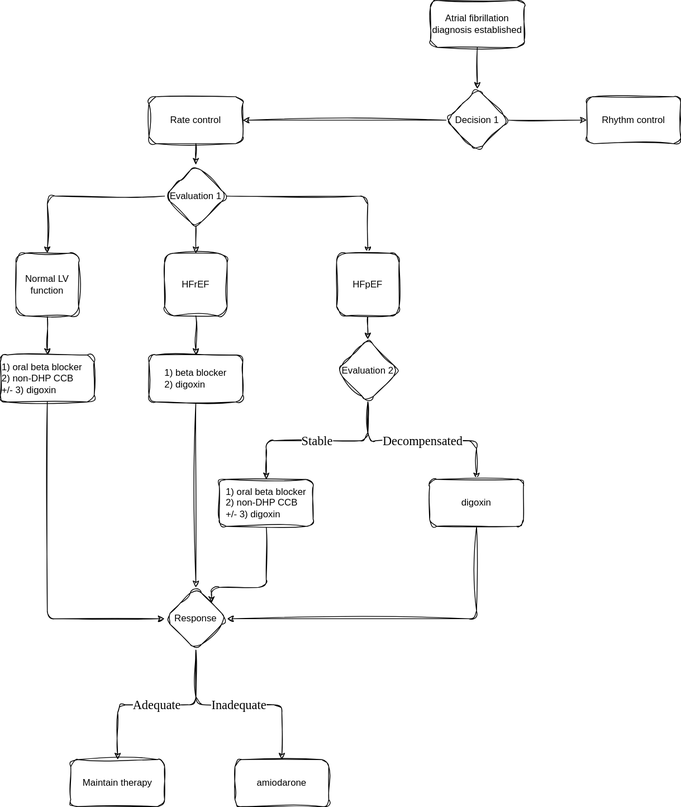
Above: Atrial fibrillation/AF algorithm.svg in TomHsiung/Cardiology (draw.io), before the change. Source tidied: cells renumbered, new cells last; positions are measured from the earlier drawing's top-left corner, leaving out a move shared by most shapes.
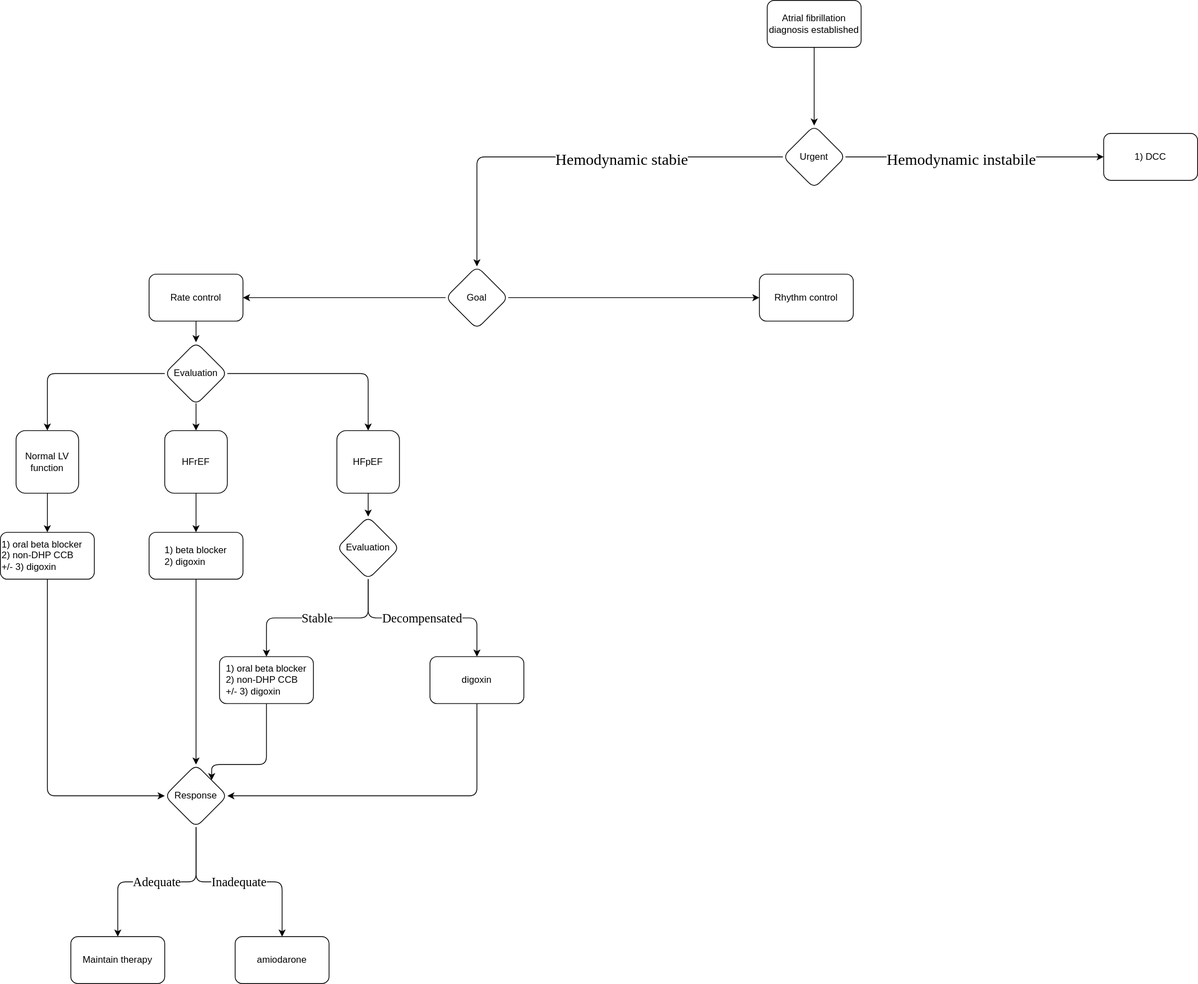
The same file after the commit.

What changed in the source:
```diff
@@ -2,84 +2,84 @@
   <root>
     <mxCell id="0" />
     <mxCell id="1" parent="0" />
-    <mxCell id="2" style="edgeStyle=orthogonalEdgeStyle;rounded=1;jettySize=auto;html=1;entryX=0.5;entryY=0;entryDx=0;entryDy=0;fontColor=default;exitX=0.5;exitY=1;exitDx=0;exitDy=0;labelBackgroundColor=none;sketch=1;curveFitting=1;jiggle=2;" parent="1" edge="1" source="3" target="6">
-      <mxGeometry relative="1" as="geometry" />
-    </mxCell>
+    <mxCell id="36" style="edgeStyle=orthogonalEdgeStyle;rounded=1;jettySize=auto;html=1;exitX=0.5;exitY=1;exitDx=0;exitDy=0;entryX=0.5;entryY=0;entryDx=0;entryDy=0;" parent="1" edge="1" source="3" target="41">
+      <mxGeometry relative="1" as="geometry" />
+    </mxCell>
-    <mxCell id="3" value="Atrial fibrillation diagnosis established" style="rounded=1;whiteSpace=wrap;html=1;labelBackgroundColor=none;sketch=1;curveFitting=1;jiggle=2;" parent="1" vertex="1">
-      <mxGeometry x="550" width="120" height="60" as="geometry" />
+    <mxCell id="3" value="Atrial fibrillation diagnosis established" style="rounded=1;whiteSpace=wrap;html=1;labelBackgroundColor=none;" parent="1" vertex="1">
+      <mxGeometry x="980" y="-227" width="120" height="60" as="geometry" />
     </mxCell>
-    <mxCell id="4" style="edgeStyle=orthogonalEdgeStyle;rounded=1;jettySize=auto;html=1;fontColor=default;entryX=1;entryY=0.5;entryDx=0;entryDy=0;exitX=0;exitY=0.5;exitDx=0;exitDy=0;labelBackgroundColor=none;sketch=1;curveFitting=1;jiggle=2;" parent="1" edge="1" source="6" target="8">
+    <mxCell id="4" style="edgeStyle=orthogonalEdgeStyle;rounded=1;jettySize=auto;html=1;fontColor=default;entryX=1;entryY=0.5;entryDx=0;entryDy=0;exitX=0;exitY=0.5;exitDx=0;exitDy=0;labelBackgroundColor=none;" parent="1" edge="1" source="6" target="8">
       <mxGeometry relative="1" as="geometry" />
     </mxCell>
-    <mxCell id="5" style="edgeStyle=orthogonalEdgeStyle;rounded=1;jettySize=auto;html=1;exitX=1;exitY=0.5;exitDx=0;exitDy=0;fontColor=default;entryX=0;entryY=0.5;entryDx=0;entryDy=0;labelBackgroundColor=none;sketch=1;curveFitting=1;jiggle=2;" parent="1" edge="1" source="6" target="9">
+    <mxCell id="5" style="edgeStyle=orthogonalEdgeStyle;rounded=1;jettySize=auto;html=1;exitX=1;exitY=0.5;exitDx=0;exitDy=0;fontColor=default;entryX=0;entryY=0.5;entryDx=0;entryDy=0;labelBackgroundColor=none;" parent="1" edge="1" source="6" target="9">
       <mxGeometry relative="1" as="geometry" />
     </mxCell>
-    <mxCell id="6" value="Decision 1" style="rhombus;whiteSpace=wrap;html=1;rounded=1;labelBackgroundColor=none;sketch=1;curveFitting=1;jiggle=2;" parent="1" vertex="1">
-      <mxGeometry x="570" y="113" width="80" height="80" as="geometry" />
+    <mxCell id="6" value="Goal" style="rhombus;whiteSpace=wrap;html=1;rounded=1;labelBackgroundColor=none;" parent="1" vertex="1">
+      <mxGeometry x="569" y="113" width="80" height="80" as="geometry" />
     </mxCell>
-    <mxCell id="7" style="edgeStyle=orthogonalEdgeStyle;rounded=1;jettySize=auto;html=1;exitX=0.5;exitY=1;exitDx=0;exitDy=0;fontColor=default;entryX=0.5;entryY=0;entryDx=0;entryDy=0;labelBackgroundColor=none;sketch=1;curveFitting=1;jiggle=2;" parent="1" edge="1" source="8" target="13">
+    <mxCell id="7" style="edgeStyle=orthogonalEdgeStyle;rounded=1;jettySize=auto;html=1;exitX=0.5;exitY=1;exitDx=0;exitDy=0;fontColor=default;entryX=0.5;entryY=0;entryDx=0;entryDy=0;labelBackgroundColor=none;" parent="1" edge="1" source="8" target="13">
       <mxGeometry relative="1" as="geometry" />
     </mxCell>
-    <mxCell id="8" value="Rate control" style="rounded=1;whiteSpace=wrap;html=1;labelBackgroundColor=none;sketch=1;curveFitting=1;jiggle=2;" parent="1" vertex="1">
+    <mxCell id="8" value="Rate control" style="rounded=1;whiteSpace=wrap;html=1;labelBackgroundColor=none;" parent="1" vertex="1">
       <mxGeometry x="190" y="123" width="120" height="60" as="geometry" />
     </mxCell>
-    <mxCell id="9" value="Rhythm control" style="rounded=1;whiteSpace=wrap;html=1;labelBackgroundColor=none;sketch=1;curveFitting=1;jiggle=2;" parent="1" vertex="1">
-      <mxGeometry x="750" y="123" width="120" height="60" as="geometry" />
+    <mxCell id="9" value="Rhythm control" style="rounded=1;whiteSpace=wrap;html=1;labelBackgroundColor=none;" parent="1" vertex="1">
+      <mxGeometry x="970" y="123" width="120" height="60" as="geometry" />
     </mxCell>
-    <mxCell id="10" style="edgeStyle=orthogonalEdgeStyle;rounded=1;jettySize=auto;html=1;entryX=0.5;entryY=0;entryDx=0;entryDy=0;fontColor=default;exitX=0;exitY=0.5;exitDx=0;exitDy=0;labelBackgroundColor=none;sketch=1;curveFitting=1;jiggle=2;" parent="1" edge="1" source="13" target="15">
+    <mxCell id="10" style="edgeStyle=orthogonalEdgeStyle;rounded=1;jettySize=auto;html=1;entryX=0.5;entryY=0;entryDx=0;entryDy=0;fontColor=default;exitX=0;exitY=0.5;exitDx=0;exitDy=0;labelBackgroundColor=none;" parent="1" edge="1" source="13" target="15">
       <mxGeometry relative="1" as="geometry" />
     </mxCell>
-    <mxCell id="11" style="edgeStyle=orthogonalEdgeStyle;rounded=1;jettySize=auto;html=1;entryX=0.5;entryY=0;entryDx=0;entryDy=0;fontColor=default;exitX=0.5;exitY=1;exitDx=0;exitDy=0;labelBackgroundColor=none;sketch=1;curveFitting=1;jiggle=2;" parent="1" edge="1" target="17">
+    <mxCell id="11" style="edgeStyle=orthogonalEdgeStyle;rounded=1;jettySize=auto;html=1;entryX=0.5;entryY=0;entryDx=0;entryDy=0;fontColor=default;exitX=0.5;exitY=1;exitDx=0;exitDy=0;labelBackgroundColor=none;" parent="1" edge="1" target="17">
       <mxGeometry relative="1" as="geometry">
         <mxPoint x="250" y="288" as="sourcePoint" />
       </mxGeometry>
     </mxCell>
-    <mxCell id="12" style="edgeStyle=orthogonalEdgeStyle;rounded=1;jettySize=auto;html=1;exitX=1;exitY=0.5;exitDx=0;exitDy=0;entryX=0.5;entryY=0;entryDx=0;entryDy=0;fontColor=default;labelBackgroundColor=none;sketch=1;curveFitting=1;jiggle=2;" parent="1" edge="1" source="13" target="19">
+    <mxCell id="12" style="edgeStyle=orthogonalEdgeStyle;rounded=1;jettySize=auto;html=1;exitX=1;exitY=0.5;exitDx=0;exitDy=0;entryX=0.5;entryY=0;entryDx=0;entryDy=0;fontColor=default;labelBackgroundColor=none;" parent="1" edge="1" source="13" target="19">
       <mxGeometry relative="1" as="geometry" />
     </mxCell>
-    <mxCell id="13" value="Evaluation 1" style="rhombus;whiteSpace=wrap;html=1;rounded=1;labelBackgroundColor=none;sketch=1;curveFitting=1;jiggle=2;" parent="1" vertex="1">
+    <mxCell id="13" value="Evaluation" style="rhombus;whiteSpace=wrap;html=1;rounded=1;labelBackgroundColor=none;" parent="1" vertex="1">
       <mxGeometry x="210" y="210" width="80" height="80" as="geometry" />
     </mxCell>
-    <mxCell id="14" style="edgeStyle=orthogonalEdgeStyle;rounded=1;jettySize=auto;html=1;exitX=0.5;exitY=1;exitDx=0;exitDy=0;entryX=0.5;entryY=0;entryDx=0;entryDy=0;fontColor=default;labelBackgroundColor=none;sketch=1;curveFitting=1;jiggle=2;" parent="1" edge="1" source="15" target="21">
+    <mxCell id="14" style="edgeStyle=orthogonalEdgeStyle;rounded=1;jettySize=auto;html=1;exitX=0.5;exitY=1;exitDx=0;exitDy=0;entryX=0.5;entryY=0;entryDx=0;entryDy=0;fontColor=default;labelBackgroundColor=none;" parent="1" edge="1" source="15" target="21">
       <mxGeometry relative="1" as="geometry" />
     </mxCell>
-    <mxCell id="15" value="Normal LV function" style="whiteSpace=wrap;html=1;rounded=1;labelBackgroundColor=none;sketch=1;curveFitting=1;jiggle=2;" parent="1" vertex="1">
+    <mxCell id="15" value="Normal LV function" style="whiteSpace=wrap;html=1;rounded=1;labelBackgroundColor=none;" parent="1" vertex="1">
       <mxGeometry x="20" y="323" width="80" height="80" as="geometry" />
     </mxCell>
-    <mxCell id="16" style="edgeStyle=orthogonalEdgeStyle;rounded=1;jettySize=auto;html=1;exitX=0.5;exitY=1;exitDx=0;exitDy=0;entryX=0.5;entryY=0;entryDx=0;entryDy=0;shadow=0;fontColor=default;labelBackgroundColor=none;sketch=1;curveFitting=1;jiggle=2;" parent="1" edge="1" source="17" target="23">
+    <mxCell id="16" style="edgeStyle=orthogonalEdgeStyle;rounded=1;jettySize=auto;html=1;exitX=0.5;exitY=1;exitDx=0;exitDy=0;entryX=0.5;entryY=0;entryDx=0;entryDy=0;shadow=0;fontColor=default;labelBackgroundColor=none;" parent="1" edge="1" source="17" target="23">
       <mxGeometry relative="1" as="geometry" />
     </mxCell>
-    <mxCell id="17" value="HFrEF" style="whiteSpace=wrap;html=1;rounded=1;labelBackgroundColor=none;sketch=1;curveFitting=1;jiggle=2;" parent="1" vertex="1">
+    <mxCell id="17" value="HFrEF" style="whiteSpace=wrap;html=1;rounded=1;labelBackgroundColor=none;" parent="1" vertex="1">
       <mxGeometry x="210" y="323" width="80" height="80" as="geometry" />
     </mxCell>
-    <mxCell id="18" style="edgeStyle=orthogonalEdgeStyle;rounded=1;jettySize=auto;html=1;entryX=0.5;entryY=0;entryDx=0;entryDy=0;shadow=0;fontColor=default;exitX=0.5;exitY=1;exitDx=0;exitDy=0;labelBackgroundColor=none;sketch=1;curveFitting=1;jiggle=2;" parent="1" edge="1" source="19" target="26">
+    <mxCell id="18" style="edgeStyle=orthogonalEdgeStyle;rounded=1;jettySize=auto;html=1;entryX=0.5;entryY=0;entryDx=0;entryDy=0;shadow=0;fontColor=default;exitX=0.5;exitY=1;exitDx=0;exitDy=0;labelBackgroundColor=none;" parent="1" edge="1" source="19" target="26">
       <mxGeometry relative="1" as="geometry" />
     </mxCell>
-    <mxCell id="19" value="HFpEF" style="whiteSpace=wrap;html=1;rounded=1;labelBackgroundColor=none;sketch=1;curveFitting=1;jiggle=2;" parent="1" vertex="1">
+    <mxCell id="19" value="HFpEF" style="whiteSpace=wrap;html=1;rounded=1;labelBackgroundColor=none;" parent="1" vertex="1">
       <mxGeometry x="430" y="323" width="80" height="80" as="geometry" />
     </mxCell>
-    <mxCell id="20" style="edgeStyle=orthogonalEdgeStyle;rounded=1;jettySize=auto;html=1;entryX=0;entryY=0.5;entryDx=0;entryDy=0;shadow=0;fontColor=default;exitX=0.5;exitY=1;exitDx=0;exitDy=0;labelBackgroundColor=none;sketch=1;curveFitting=1;jiggle=2;" parent="1" edge="1" source="21" target="33">
+    <mxCell id="20" style="edgeStyle=orthogonalEdgeStyle;rounded=1;jettySize=auto;html=1;entryX=0;entryY=0.5;entryDx=0;entryDy=0;shadow=0;fontColor=default;exitX=0.5;exitY=1;exitDx=0;exitDy=0;labelBackgroundColor=none;" parent="1" edge="1" source="21" target="33">
       <mxGeometry relative="1" as="geometry" />
     </mxCell>
-    <mxCell id="21" value="1) oral beta blocker&lt;br&gt;&lt;div style=&quot;&quot;&gt;2) non-DHP CCB&lt;/div&gt;&lt;div style=&quot;&quot;&gt;+/- 3) digoxin&lt;/div&gt;" style="rounded=1;whiteSpace=wrap;html=1;align=left;labelBackgroundColor=none;sketch=1;curveFitting=1;jiggle=2;" parent="1" vertex="1">
+    <mxCell id="21" value="1) oral beta blocker&lt;br&gt;&lt;div style=&quot;&quot;&gt;2) non-DHP CCB&lt;/div&gt;&lt;div style=&quot;&quot;&gt;+/- 3) digoxin&lt;/div&gt;" style="rounded=1;whiteSpace=wrap;html=1;align=left;labelBackgroundColor=none;" parent="1" vertex="1">
       <mxGeometry y="453" width="120" height="60" as="geometry" />
     </mxCell>
-    <mxCell id="22" style="edgeStyle=orthogonalEdgeStyle;rounded=1;jettySize=auto;html=1;shadow=0;fontColor=default;entryX=0.5;entryY=0;entryDx=0;entryDy=0;exitX=0.5;exitY=1;exitDx=0;exitDy=0;labelBackgroundColor=none;sketch=1;curveFitting=1;jiggle=2;" parent="1" edge="1" source="23" target="33">
+    <mxCell id="22" style="edgeStyle=orthogonalEdgeStyle;rounded=1;jettySize=auto;html=1;shadow=0;fontColor=default;entryX=0.5;entryY=0;entryDx=0;entryDy=0;exitX=0.5;exitY=1;exitDx=0;exitDy=0;labelBackgroundColor=none;" parent="1" edge="1" source="23" target="33">
       <mxGeometry relative="1" as="geometry" />
     </mxCell>
-    <mxCell id="23" value="&lt;div style=&quot;text-align: left;&quot;&gt;1) beta blocker&lt;/div&gt;&lt;div style=&quot;text-align: left;&quot;&gt;2) digoxin&lt;/div&gt;" style="rounded=1;whiteSpace=wrap;html=1;labelBackgroundColor=none;sketch=1;curveFitting=1;jiggle=2;" parent="1" vertex="1">
+    <mxCell id="23" value="&lt;div style=&quot;text-align: left;&quot;&gt;1) beta blocker&lt;/div&gt;&lt;div style=&quot;text-align: left;&quot;&gt;2) digoxin&lt;/div&gt;" style="rounded=1;whiteSpace=wrap;html=1;labelBackgroundColor=none;" parent="1" vertex="1">
       <mxGeometry x="190" y="453" width="120" height="60" as="geometry" />
     </mxCell>
-    <mxCell id="24" value="Stable" style="edgeStyle=orthogonalEdgeStyle;rounded=1;hachureGap=4;jettySize=auto;html=1;entryX=0.5;entryY=0;entryDx=0;entryDy=0;fontFamily=Architects Daughter;fontSource=https%3A%2F%2Ffonts.googleapis.com%2Fcss%3Ffamily%3DArchitects%2BDaughter;fontSize=16;exitX=0.5;exitY=1;exitDx=0;exitDy=0;sketch=1;curveFitting=1;jiggle=2;" parent="1" edge="1" source="26" target="28">
+    <mxCell id="24" value="Stable" style="edgeStyle=orthogonalEdgeStyle;rounded=1;hachureGap=4;jettySize=auto;html=1;entryX=0.5;entryY=0;entryDx=0;entryDy=0;fontFamily=Architects Daughter;fontSource=https%3A%2F%2Ffonts.googleapis.com%2Fcss%3Ffamily%3DArchitects%2BDaughter;fontSize=16;exitX=0.5;exitY=1;exitDx=0;exitDy=0;" parent="1" edge="1" source="26" target="28">
       <mxGeometry relative="1" as="geometry" />
     </mxCell>
-    <mxCell id="25" value="Decompensated" style="edgeStyle=orthogonalEdgeStyle;rounded=1;hachureGap=4;jettySize=auto;html=1;exitX=0.5;exitY=1;exitDx=0;exitDy=0;fontFamily=Architects Daughter;fontSource=https%3A%2F%2Ffonts.googleapis.com%2Fcss%3Ffamily%3DArchitects%2BDaughter;fontSize=16;sketch=1;curveFitting=1;jiggle=2;" parent="1" edge="1" source="26" target="30">
+    <mxCell id="25" value="Decompensated" style="edgeStyle=orthogonalEdgeStyle;rounded=1;hachureGap=4;jettySize=auto;html=1;exitX=0.5;exitY=1;exitDx=0;exitDy=0;fontFamily=Architects Daughter;fontSource=https%3A%2F%2Ffonts.googleapis.com%2Fcss%3Ffamily%3DArchitects%2BDaughter;fontSize=16;" parent="1" edge="1" source="26" target="30">
       <mxGeometry relative="1" as="geometry" />
     </mxCell>
-    <mxCell id="26" value="Evaluation 2" style="rhombus;whiteSpace=wrap;html=1;rounded=1;labelBackgroundColor=none;sketch=1;curveFitting=1;jiggle=2;" parent="1" vertex="1">
+    <mxCell id="26" value="Evaluation" style="rhombus;whiteSpace=wrap;html=1;rounded=1;labelBackgroundColor=none;" parent="1" vertex="1">
       <mxGeometry x="430" y="433" width="80" height="80" as="geometry" />
     </mxCell>
-    <mxCell id="27" style="edgeStyle=orthogonalEdgeStyle;rounded=1;jettySize=auto;html=1;entryX=1;entryY=0;entryDx=0;entryDy=0;shadow=0;fontColor=default;labelBackgroundColor=none;sketch=1;curveFitting=1;jiggle=2;" parent="1" edge="1" source="28" target="33">
+    <mxCell id="27" style="edgeStyle=orthogonalEdgeStyle;rounded=1;jettySize=auto;html=1;entryX=1;entryY=0;entryDx=0;entryDy=0;shadow=0;fontColor=default;labelBackgroundColor=none;" parent="1" edge="1" source="28" target="33">
       <mxGeometry relative="1" as="geometry">
         <Array as="points">
           <mxPoint x="340" y="750" />
@@ -87,33 +87,51 @@
         </Array>
       </mxGeometry>
     </mxCell>
-    <mxCell id="28" value="&lt;span style=&quot;text-align: left;&quot;&gt;1) oral beta blocker&lt;/span&gt;&lt;br style=&quot;border-color: var(--border-color); text-align: left;&quot;&gt;&lt;div style=&quot;border-color: var(--border-color); text-align: left;&quot;&gt;2) non-DHP CCB&lt;/div&gt;&lt;div style=&quot;border-color: var(--border-color); text-align: left;&quot;&gt;+/- 3) digoxin&lt;/div&gt;" style="rounded=1;whiteSpace=wrap;html=1;labelBackgroundColor=none;sketch=1;curveFitting=1;jiggle=2;" parent="1" vertex="1">
+    <mxCell id="28" value="&lt;span style=&quot;text-align: left;&quot;&gt;1) oral beta blocker&lt;/span&gt;&lt;br style=&quot;border-color: var(--border-color); text-align: left;&quot;&gt;&lt;div style=&quot;border-color: var(--border-color); text-align: left;&quot;&gt;2) non-DHP CCB&lt;/div&gt;&lt;div style=&quot;border-color: var(--border-color); text-align: left;&quot;&gt;+/- 3) digoxin&lt;/div&gt;" style="rounded=1;whiteSpace=wrap;html=1;labelBackgroundColor=none;" parent="1" vertex="1">
       <mxGeometry x="280" y="612" width="120" height="60" as="geometry" />
     </mxCell>
-    <mxCell id="29" style="edgeStyle=orthogonalEdgeStyle;rounded=1;hachureGap=4;jettySize=auto;html=1;entryX=1;entryY=0.5;entryDx=0;entryDy=0;fontFamily=Architects Daughter;fontSource=https%3A%2F%2Ffonts.googleapis.com%2Fcss%3Ffamily%3DArchitects%2BDaughter;fontSize=16;exitX=0.5;exitY=1;exitDx=0;exitDy=0;sketch=1;curveFitting=1;jiggle=2;" parent="1" edge="1" source="30" target="33">
+    <mxCell id="29" style="edgeStyle=orthogonalEdgeStyle;rounded=1;hachureGap=4;jettySize=auto;html=1;entryX=1;entryY=0.5;entryDx=0;entryDy=0;fontFamily=Architects Daughter;fontSource=https%3A%2F%2Ffonts.googleapis.com%2Fcss%3Ffamily%3DArchitects%2BDaughter;fontSize=16;exitX=0.5;exitY=1;exitDx=0;exitDy=0;" parent="1" edge="1" source="30" target="33">
       <mxGeometry relative="1" as="geometry">
         <Array as="points">
           <mxPoint x="609" y="790" />
         </Array>
       </mxGeometry>
     </mxCell>
-    <mxCell id="30" value="digoxin" style="rounded=1;whiteSpace=wrap;html=1;labelBackgroundColor=none;sketch=1;curveFitting=1;jiggle=2;" parent="1" vertex="1">
+    <mxCell id="30" value="digoxin" style="rounded=1;whiteSpace=wrap;html=1;labelBackgroundColor=none;" parent="1" vertex="1">
       <mxGeometry x="549" y="612" width="120" height="60" as="geometry" />
     </mxCell>
-    <mxCell id="31" value="Adequate" style="edgeStyle=orthogonalEdgeStyle;rounded=1;sketch=1;hachureGap=4;jiggle=2;curveFitting=1;jettySize=auto;html=1;exitX=0.5;exitY=1;exitDx=0;exitDy=0;entryX=0.5;entryY=0;entryDx=0;entryDy=0;fontFamily=Architects Daughter;fontSource=https%3A%2F%2Ffonts.googleapis.com%2Fcss%3Ffamily%3DArchitects%2BDaughter;fontSize=16;" parent="1" edge="1" source="33" target="34">
+    <mxCell id="31" value="Adequate" style="edgeStyle=orthogonalEdgeStyle;rounded=1;hachureGap=4;jettySize=auto;html=1;exitX=0.5;exitY=1;exitDx=0;exitDy=0;entryX=0.5;entryY=0;entryDx=0;entryDy=0;fontFamily=Architects Daughter;fontSource=https%3A%2F%2Ffonts.googleapis.com%2Fcss%3Ffamily%3DArchitects%2BDaughter;fontSize=16;" parent="1" edge="1" source="33" target="34">
       <mxGeometry relative="1" as="geometry" />
     </mxCell>
-    <mxCell id="32" value="Inadequate" style="edgeStyle=orthogonalEdgeStyle;rounded=1;sketch=1;hachureGap=4;jiggle=2;curveFitting=1;jettySize=auto;html=1;exitX=0.5;exitY=1;exitDx=0;exitDy=0;fontFamily=Architects Daughter;fontSource=https%3A%2F%2Ffonts.googleapis.com%2Fcss%3Ffamily%3DArchitects%2BDaughter;fontSize=16;" parent="1" edge="1" source="33" target="35">
+    <mxCell id="32" value="Inadequate" style="edgeStyle=orthogonalEdgeStyle;rounded=1;hachureGap=4;jettySize=auto;html=1;exitX=0.5;exitY=1;exitDx=0;exitDy=0;fontFamily=Architects Daughter;fontSource=https%3A%2F%2Ffonts.googleapis.com%2Fcss%3Ffamily%3DArchitects%2BDaughter;fontSize=16;" parent="1" edge="1" source="33" target="35">
       <mxGeometry relative="1" as="geometry" />
     </mxCell>
-    <mxCell id="33" value="Response" style="rhombus;whiteSpace=wrap;html=1;rounded=1;labelBackgroundColor=none;sketch=1;curveFitting=1;jiggle=2;" parent="1" vertex="1">
+    <mxCell id="33" value="Response" style="rhombus;whiteSpace=wrap;html=1;rounded=1;labelBackgroundColor=none;" parent="1" vertex="1">
       <mxGeometry x="210" y="750" width="80" height="80" as="geometry" />
     </mxCell>
-    <mxCell id="34" value="Maintain therapy" style="rounded=1;whiteSpace=wrap;html=1;labelBackgroundColor=none;sketch=1;curveFitting=1;jiggle=2;" parent="1" vertex="1">
+    <mxCell id="34" value="Maintain therapy" style="rounded=1;whiteSpace=wrap;html=1;labelBackgroundColor=none;" parent="1" vertex="1">
       <mxGeometry x="90" y="970" width="120" height="60" as="geometry" />
     </mxCell>
-    <mxCell id="35" value="amiodarone" style="rounded=1;whiteSpace=wrap;html=1;labelBackgroundColor=none;sketch=1;curveFitting=1;jiggle=2;" parent="1" vertex="1">
+    <mxCell id="35" value="amiodarone" style="rounded=1;whiteSpace=wrap;html=1;labelBackgroundColor=none;" parent="1" vertex="1">
       <mxGeometry x="300" y="970" width="120" height="60" as="geometry" />
     </mxCell>
+    <mxCell id="37" style="edgeStyle=orthogonalEdgeStyle;rounded=1;jettySize=auto;html=1;entryX=0.5;entryY=0;entryDx=0;entryDy=0;" parent="1" edge="1" source="41" target="6">
+      <mxGeometry relative="1" as="geometry" />
+    </mxCell>
+    <mxCell id="38" value="Hemodynamic stabie" style="edgeLabel;html=1;align=center;verticalAlign=middle;fontSize=20;fontFamily=Architects Daughter;" parent="37" vertex="1">
+      <mxGeometry x="-0.22" y="2" relative="1" as="geometry" />
+    </mxCell>
+    <mxCell id="39" style="edgeStyle=orthogonalEdgeStyle;rounded=1;jettySize=auto;html=1;entryX=0;entryY=0.5;entryDx=0;entryDy=0;" parent="1" edge="1" source="41" target="42">
+      <mxGeometry relative="1" as="geometry" />
+    </mxCell>
+    <mxCell id="40" value="Hemodynamic instabile" style="edgeLabel;html=1;align=center;verticalAlign=middle;fontSize=20;fontFamily=Architects Daughter;" parent="39" vertex="1">
+      <mxGeometry x="-0.11" y="-2" relative="1" as="geometry" />
+    </mxCell>
+    <mxCell id="41" value="Urgent" style="rhombus;whiteSpace=wrap;html=1;rounded=1;" parent="1" vertex="1">
+      <mxGeometry x="1000" y="-67" width="80" height="80" as="geometry" />
+    </mxCell>
+    <mxCell id="42" value="1) DCC" style="rounded=1;whiteSpace=wrap;html=1;" parent="1" vertex="1">
+      <mxGeometry x="1410" y="-57" width="120" height="60" as="geometry" />
+    </mxCell>
   </root>
 </mxGraphModel>
```
